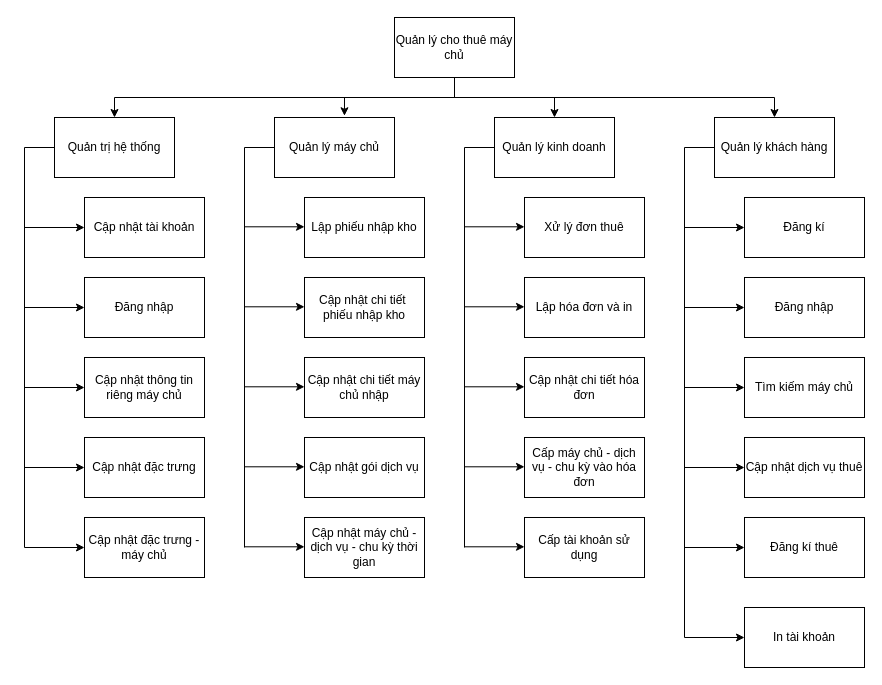
Above: XD quan ly cho thue may chu.drawio in frozenproof/dactaphanmem (draw.io), before the change. Source tidied: cells renumbered, new cells numbered last; positions are measured from the earlier drawing's top-left corner, leaving out a move shared by most shapes. Both pictures are drawn from the tidied source at 100%, with x=0, y=0 at pixel (24, 17).
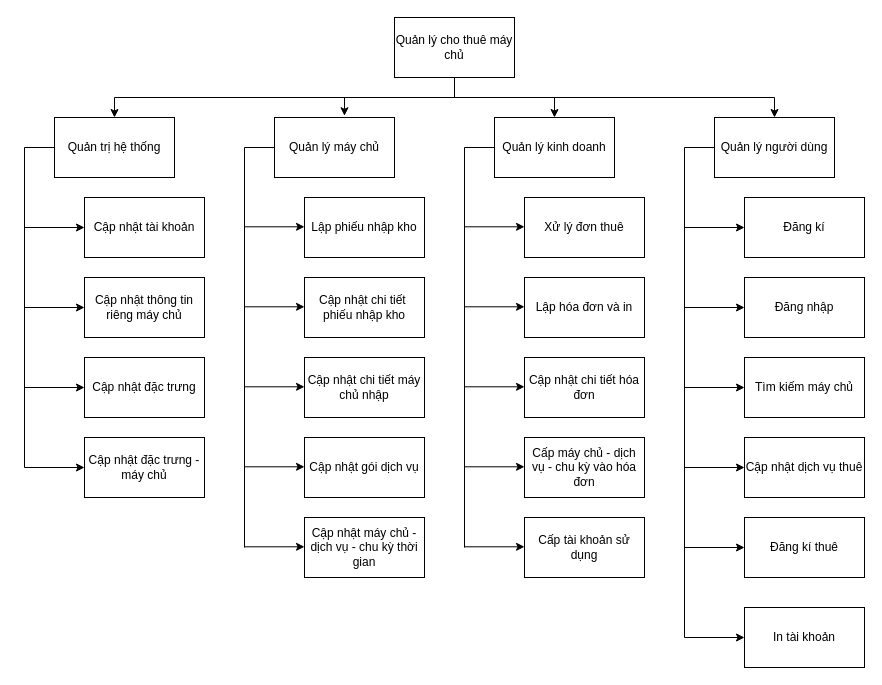
The same page after the edit.

What changed in the source:
```diff
@@
-    <mxCell id="8" value="Đăng nhập" style="rounded=0;whiteSpace=wrap;html=1;" parent="1" vertex="1">
-      <mxGeometry x="60" y="260" width="120" height="60" as="geometry" />
-    </mxCell>
     <mxCell id="9" value="Cập nhật thông tin riêng máy chủ" style="rounded=0;whiteSpace=wrap;html=1;" parent="1" vertex="1">
-      <mxGeometry x="60" y="340" width="120" height="60" as="geometry" />
+      <mxGeometry x="60" y="260" width="120" height="60" as="geometry" />
     </mxCell>
     <mxCell id="10" value="Cập nhật đặc trưng" style="rounded=0;whiteSpace=wrap;html=1;" parent="1" vertex="1">
-      <mxGeometry x="60" y="420" width="120" height="60" as="geometry" />
+      <mxGeometry x="60" y="340" width="120" height="60" as="geometry" />
     </mxCell>
     <mxCell id="11" value="Cập nhật đặc trưng - máy chủ" style="rounded=0;whiteSpace=wrap;html=1;" parent="1" vertex="1">
-      <mxGeometry x="60" y="500" width="120" height="60" as="geometry" />
+      <mxGeometry x="60" y="420" width="120" height="60" as="geometry" />
     </mxCell>
@@
-    <mxCell id="20" value="Quản lý khách hàng" style="rounded=0;whiteSpace=wrap;html=1;" parent="1" vertex="1">
+    <mxCell id="20" value="Quản lý người dùng" style="rounded=0;whiteSpace=wrap;html=1;" parent="1" vertex="1">
       <mxGeometry x="690" y="100" width="120" height="60" as="geometry" />
     </mxCell>
@@
     <mxCell id="50" style="edgeStyle=orthogonalEdgeStyle;rounded=0;jettySize=auto;html=1;entryX=0;entryY=0.5;entryDx=0;entryDy=0;" parent="1" edge="1" target="11">
       <mxGeometry relative="1" as="geometry">
         <mxPoint x="30" y="130" as="sourcePoint" />
         <Array as="points">
           <mxPoint y="130" />
-          <mxPoint y="530" />
+          <mxPoint y="450" />
+          <mxPoint x="60" y="450" />
         </Array>
       </mxGeometry>
     </mxCell>
@@
-    <mxCell id="54" style="endArrow=classic;html=1;rounded=0;" parent="1" edge="1">
-      <mxGeometry relative="1" as="geometry">
-        <mxPoint y="450" as="sourcePoint" />
-        <mxPoint x="60" y="450" as="targetPoint" />
-      </mxGeometry>
-    </mxCell>
```
